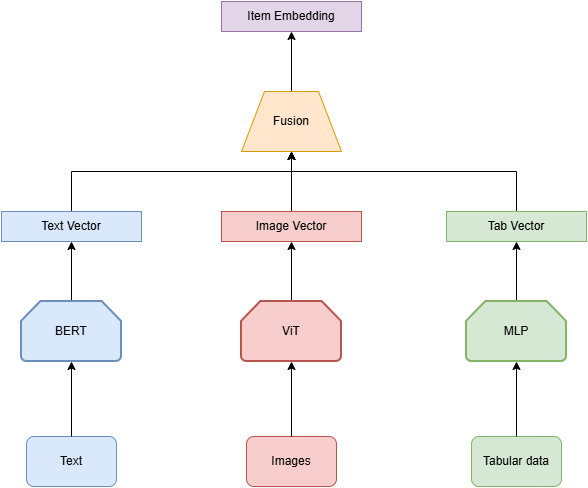
Above: Images/item_embedding.png in QuocHuy1202/graduation_project (draw.io), before the change. Source tidied: cells renumbered, new cells last; positions are measured from the earlier drawing's top-left corner, leaving out a move shared by most shapes. The source it was exported from:
```xml
<mxGraphModel>
  <root>
    <mxCell id="0" />
    <mxCell id="1" parent="0" />
    <mxCell id="2" value="Text" style="rounded=1;whiteSpace=wrap;html=1;fillColor=#dae8fc;strokeColor=#6c8ebf;" parent="1" vertex="1">
      <mxGeometry x="25" y="435" width="90" height="50" as="geometry" />
    </mxCell>
    <mxCell id="3" value="Images" style="rounded=1;whiteSpace=wrap;html=1;fillColor=#f8cecc;strokeColor=#b85450;" parent="1" vertex="1">
      <mxGeometry x="245" y="435" width="90" height="50" as="geometry" />
    </mxCell>
    <mxCell id="4" value="Tabular data" style="rounded=1;whiteSpace=wrap;html=1;fillColor=#d5e8d4;strokeColor=#82b366;" parent="1" vertex="1">
      <mxGeometry x="470" y="435" width="90" height="50" as="geometry" />
    </mxCell>
    <mxCell id="5" style="edgeStyle=orthogonalEdgeStyle;rounded=0;jettySize=auto;html=1;entryX=0.5;entryY=1;entryDx=0;entryDy=0;" parent="1" edge="1" source="6" target="12">
      <mxGeometry relative="1" as="geometry" />
    </mxCell>
    <mxCell id="6" value="BERT" style="strokeWidth=2;html=1;shape=mxgraph.flowchart.loop_limit;whiteSpace=wrap;fillColor=#dae8fc;strokeColor=#6c8ebf;" parent="1" vertex="1">
      <mxGeometry x="20" y="300" width="100" height="60" as="geometry" />
    </mxCell>
    <mxCell id="7" style="edgeStyle=orthogonalEdgeStyle;rounded=0;jettySize=auto;html=1;entryX=0.5;entryY=1;entryDx=0;entryDy=0;" parent="1" edge="1" source="8" target="14">
      <mxGeometry relative="1" as="geometry" />
    </mxCell>
    <mxCell id="8" value="ViT" style="strokeWidth=2;html=1;shape=mxgraph.flowchart.loop_limit;whiteSpace=wrap;fillColor=#f8cecc;strokeColor=#b85450;" parent="1" vertex="1">
      <mxGeometry x="240" y="300" width="100" height="60" as="geometry" />
    </mxCell>
    <mxCell id="9" style="edgeStyle=orthogonalEdgeStyle;rounded=0;jettySize=auto;html=1;entryX=0.5;entryY=1;entryDx=0;entryDy=0;" parent="1" edge="1" source="10" target="16">
      <mxGeometry relative="1" as="geometry" />
    </mxCell>
    <mxCell id="10" value="MLP" style="strokeWidth=2;html=1;shape=mxgraph.flowchart.loop_limit;whiteSpace=wrap;fillColor=#d5e8d4;strokeColor=#82b366;" parent="1" vertex="1">
      <mxGeometry x="465" y="300" width="100" height="60" as="geometry" />
    </mxCell>
    <mxCell id="11" style="edgeStyle=orthogonalEdgeStyle;rounded=0;jettySize=auto;html=1;entryX=0.5;entryY=0;entryDx=0;entryDy=0;" parent="1" edge="1" source="12" target="18">
      <mxGeometry relative="1" as="geometry">
        <Array as="points">
          <mxPoint x="70" y="170" />
          <mxPoint x="290" y="170" />
        </Array>
      </mxGeometry>
    </mxCell>
    <mxCell id="12" value="Text Vector" style="rounded=0;whiteSpace=wrap;html=1;fillColor=#dae8fc;strokeColor=#6c8ebf;" parent="1" vertex="1">
      <mxGeometry y="210" width="140" height="30" as="geometry" />
    </mxCell>
    <mxCell id="13" style="edgeStyle=orthogonalEdgeStyle;rounded=0;jettySize=auto;html=1;entryX=0.5;entryY=0;entryDx=0;entryDy=0;" parent="1" edge="1" source="14" target="18">
      <mxGeometry relative="1" as="geometry" />
    </mxCell>
    <mxCell id="14" value="Image Vector" style="rounded=0;whiteSpace=wrap;html=1;fillColor=#f8cecc;strokeColor=#b85450;" parent="1" vertex="1">
      <mxGeometry x="220" y="210" width="140" height="30" as="geometry" />
    </mxCell>
    <mxCell id="15" style="edgeStyle=orthogonalEdgeStyle;rounded=0;jettySize=auto;html=1;entryX=0.5;entryY=0;entryDx=0;entryDy=0;" parent="1" edge="1" source="16" target="18">
      <mxGeometry relative="1" as="geometry">
        <Array as="points">
          <mxPoint x="515" y="170" />
          <mxPoint x="290" y="170" />
        </Array>
      </mxGeometry>
    </mxCell>
    <mxCell id="16" value="Tab Vector" style="rounded=0;whiteSpace=wrap;html=1;fillColor=#d5e8d4;strokeColor=#82b366;" parent="1" vertex="1">
      <mxGeometry x="445" y="210" width="140" height="30" as="geometry" />
    </mxCell>
    <mxCell id="17" style="edgeStyle=orthogonalEdgeStyle;rounded=0;jettySize=auto;html=1;entryX=0.5;entryY=1;entryDx=0;entryDy=0;" parent="1" edge="1" source="18" target="20">
      <mxGeometry relative="1" as="geometry" />
    </mxCell>
    <mxCell id="18" style="verticalLabelPosition=middle;verticalAlign=middle;html=1;shape=trapezoid;perimeter=trapezoidPerimeter;whiteSpace=wrap;size=0.23;arcSize=10;flipV=1;labelPosition=center;align=center;rotation=-180;fillColor=#ffe6cc;strokeColor=#d79b00;" parent="1" vertex="1">
      <mxGeometry x="240" y="90" width="100" height="60" as="geometry" />
    </mxCell>
    <mxCell id="19" value="Fusion" style="text;html=1;whiteSpace=wrap;strokeColor=none;fillColor=none;align=center;verticalAlign=middle;rounded=0;" parent="1" vertex="1">
      <mxGeometry x="260" y="102.5" width="60" height="35" as="geometry" />
    </mxCell>
    <mxCell id="20" value="Item Embedding" style="rounded=0;whiteSpace=wrap;html=1;fillColor=#e1d5e7;strokeColor=#9673a6;" parent="1" vertex="1">
      <mxGeometry x="220" width="140" height="30" as="geometry" />
    </mxCell>
    <mxCell id="21" style="edgeStyle=orthogonalEdgeStyle;rounded=0;jettySize=auto;html=1;entryX=0.5;entryY=1;entryDx=0;entryDy=0;entryPerimeter=0;" parent="1" edge="1" source="2" target="6">
      <mxGeometry relative="1" as="geometry" />
    </mxCell>
    <mxCell id="22" style="edgeStyle=orthogonalEdgeStyle;rounded=0;jettySize=auto;html=1;entryX=0.5;entryY=1;entryDx=0;entryDy=0;entryPerimeter=0;" parent="1" edge="1" source="3" target="8">
      <mxGeometry relative="1" as="geometry" />
    </mxCell>
    <mxCell id="23" style="edgeStyle=orthogonalEdgeStyle;rounded=0;jettySize=auto;html=1;entryX=0.5;entryY=1;entryDx=0;entryDy=0;entryPerimeter=0;" parent="1" edge="1" source="4" target="10">
      <mxGeometry relative="1" as="geometry" />
    </mxCell>
  </root>
</mxGraphModel>
```
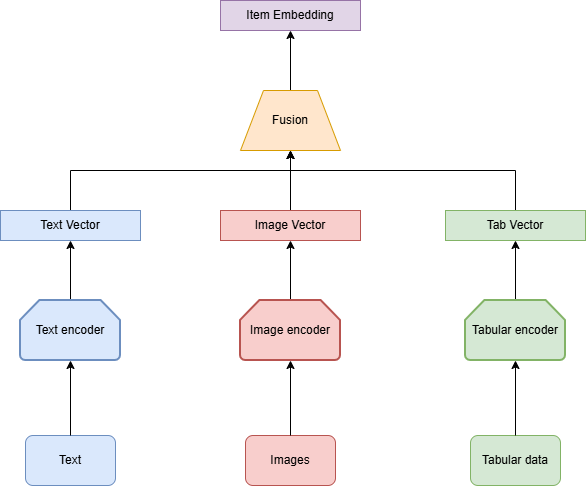
The same file after the commit.

Diff of the diagram source:
```diff
@@ -14,19 +14,19 @@
     <mxCell id="5" style="edgeStyle=orthogonalEdgeStyle;rounded=0;jettySize=auto;html=1;entryX=0.5;entryY=1;entryDx=0;entryDy=0;" parent="1" edge="1" source="6" target="12">
       <mxGeometry relative="1" as="geometry" />
     </mxCell>
-    <mxCell id="6" value="BERT" style="strokeWidth=2;html=1;shape=mxgraph.flowchart.loop_limit;whiteSpace=wrap;fillColor=#dae8fc;strokeColor=#6c8ebf;" parent="1" vertex="1">
+    <mxCell id="6" value="Text encoder" style="strokeWidth=2;html=1;shape=mxgraph.flowchart.loop_limit;whiteSpace=wrap;fillColor=#dae8fc;strokeColor=#6c8ebf;" parent="1" vertex="1">
       <mxGeometry x="20" y="300" width="100" height="60" as="geometry" />
     </mxCell>
     <mxCell id="7" style="edgeStyle=orthogonalEdgeStyle;rounded=0;jettySize=auto;html=1;entryX=0.5;entryY=1;entryDx=0;entryDy=0;" parent="1" edge="1" source="8" target="14">
       <mxGeometry relative="1" as="geometry" />
     </mxCell>
-    <mxCell id="8" value="ViT" style="strokeWidth=2;html=1;shape=mxgraph.flowchart.loop_limit;whiteSpace=wrap;fillColor=#f8cecc;strokeColor=#b85450;" parent="1" vertex="1">
+    <mxCell id="8" value="Image encoder" style="strokeWidth=2;html=1;shape=mxgraph.flowchart.loop_limit;whiteSpace=wrap;fillColor=#f8cecc;strokeColor=#b85450;" parent="1" vertex="1">
       <mxGeometry x="240" y="300" width="100" height="60" as="geometry" />
     </mxCell>
     <mxCell id="9" style="edgeStyle=orthogonalEdgeStyle;rounded=0;jettySize=auto;html=1;entryX=0.5;entryY=1;entryDx=0;entryDy=0;" parent="1" edge="1" source="10" target="16">
       <mxGeometry relative="1" as="geometry" />
     </mxCell>
-    <mxCell id="10" value="MLP" style="strokeWidth=2;html=1;shape=mxgraph.flowchart.loop_limit;whiteSpace=wrap;fillColor=#d5e8d4;strokeColor=#82b366;" parent="1" vertex="1">
+    <mxCell id="10" value="Tabular encoder" style="strokeWidth=2;html=1;shape=mxgraph.flowchart.loop_limit;whiteSpace=wrap;fillColor=#d5e8d4;strokeColor=#82b366;" parent="1" vertex="1">
       <mxGeometry x="465" y="300" width="100" height="60" as="geometry" />
     </mxCell>
     <mxCell id="11" style="edgeStyle=orthogonalEdgeStyle;rounded=0;jettySize=auto;html=1;entryX=0.5;entryY=0;entryDx=0;entryDy=0;" parent="1" edge="1" source="12" target="18">
```
